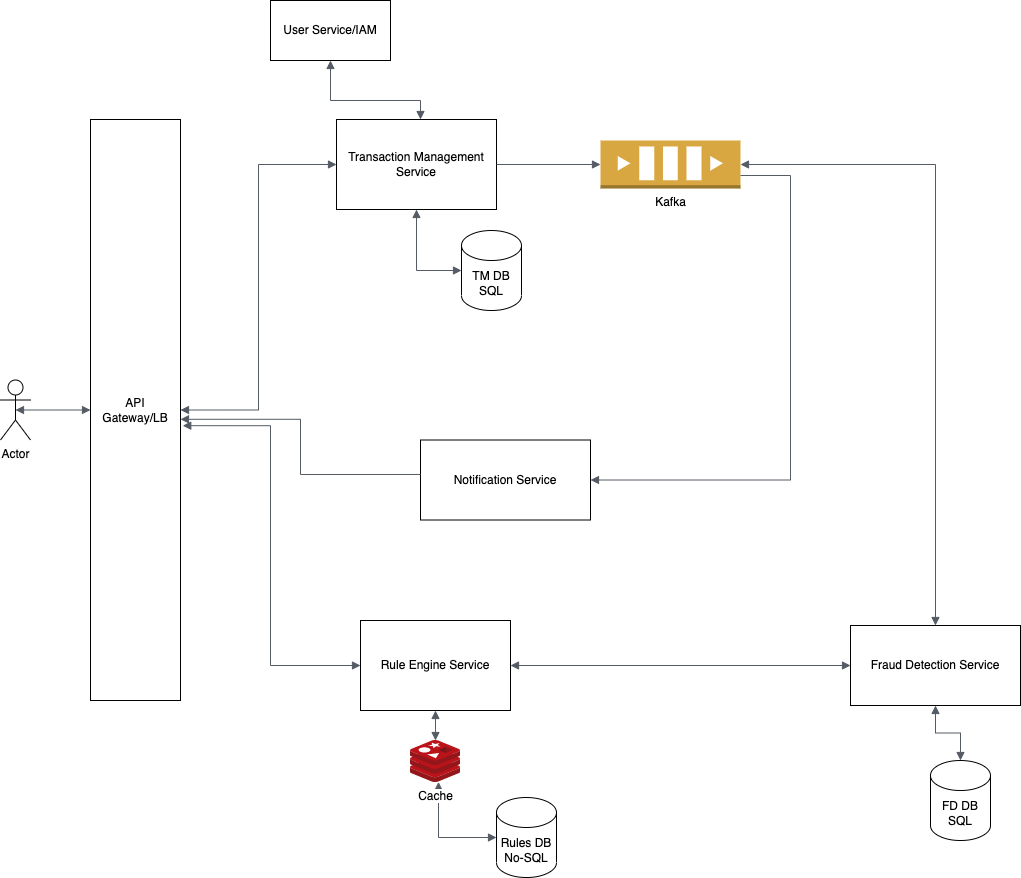
The draw.io diagram fraud detection.drawio.png in maupreti/desgn-diagrams, before a commit. Source tidied: cells renumbered, new cells last; positions are measured from the earlier drawing's top-left corner, leaving out a move shared by most shapes.
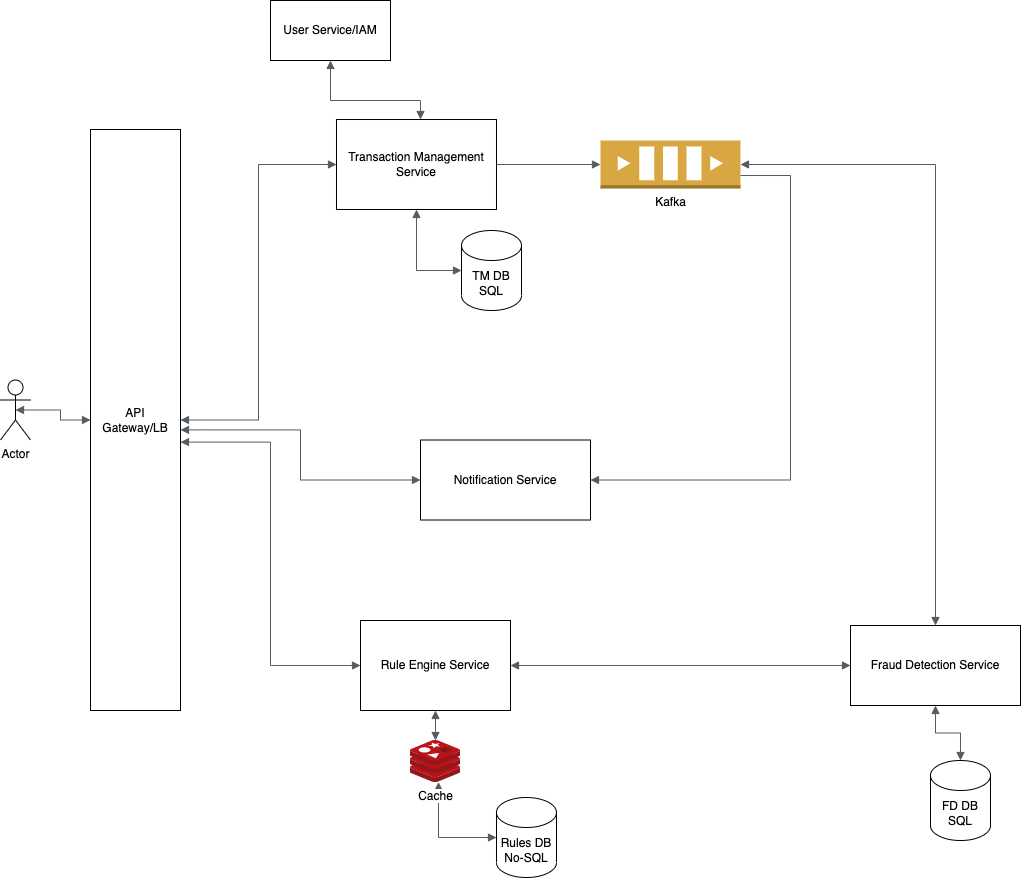
Later version of the same file.

What changed in the source:
```diff
@@ -6,7 +6,7 @@
       <mxGeometry x="270" width="120" height="60" as="geometry" />
     </mxCell>
     <mxCell id="3" value="API Gateway/LB" style="rounded=0;whiteSpace=wrap;html=1;" parent="1" vertex="1">
-      <mxGeometry x="90" y="119" width="90" height="581" as="geometry" />
+      <mxGeometry x="90" y="129" width="90" height="581" as="geometry" />
     </mxCell>
     <mxCell id="4" value="Actor" style="shape=umlActor;verticalLabelPosition=bottom;verticalAlign=top;html=1;outlineConnect=0;" parent="1" vertex="1">
       <mxGeometry y="379.5" width="30" height="60" as="geometry" />
@@ -52,7 +52,7 @@
     <mxCell id="16" style="edgeStyle=orthogonalEdgeStyle;html=1;endArrow=block;elbow=vertical;startArrow=block;startFill=1;endFill=1;strokeColor=#545B64;rounded=0;exitX=0.5;exitY=1;exitDx=0;exitDy=0;" parent="1" edge="1" source="8" target="15">
       <mxGeometry relative="1" as="geometry" />
     </mxCell>
-    <mxCell id="17" style="edgeStyle=orthogonalEdgeStyle;html=1;endArrow=block;elbow=vertical;startArrow=block;startFill=1;endFill=1;strokeColor=#545B64;rounded=0;entryX=0;entryY=0.5;entryDx=0;entryDy=0;exitX=1.025;exitY=0.527;exitDx=0;exitDy=0;exitPerimeter=0;" parent="1" edge="1" source="3" target="8">
+    <mxCell id="17" style="edgeStyle=orthogonalEdgeStyle;html=1;endArrow=block;elbow=vertical;startArrow=block;startFill=1;endFill=1;strokeColor=#545B64;rounded=0;entryX=0;entryY=0.5;entryDx=0;entryDy=0;exitX=1;exitY=0.538;exitDx=0;exitDy=0;exitPerimeter=0;" parent="1" edge="1" source="3" target="8">
       <mxGeometry relative="1" as="geometry" />
     </mxCell>
     <mxCell id="18" value="Fraud Detection Service" style="rounded=0;whiteSpace=wrap;html=1;" parent="1" vertex="1">
@@ -84,7 +84,7 @@
         </Array>
       </mxGeometry>
     </mxCell>
-    <mxCell id="26" style="edgeStyle=orthogonalEdgeStyle;html=1;endArrow=none;elbow=vertical;startArrow=block;startFill=1;strokeColor=#545B64;rounded=0;exitX=1;exitY=0.516;exitDx=0;exitDy=0;exitPerimeter=0;entryX=0;entryY=0.431;entryDx=0;entryDy=0;entryPerimeter=0;" parent="1" edge="1" source="3" target="7">
+    <mxCell id="26" style="edgeStyle=orthogonalEdgeStyle;html=1;endArrow=block;elbow=vertical;startArrow=block;startFill=1;endFill=1;strokeColor=#545B64;rounded=0;exitX=1;exitY=0.517;exitDx=0;exitDy=0;exitPerimeter=0;entryX=0;entryY=0.5;entryDx=0;entryDy=0;" parent="1" edge="1" source="3" target="7">
       <mxGeometry relative="1" as="geometry" />
     </mxCell>
   </root>
```
